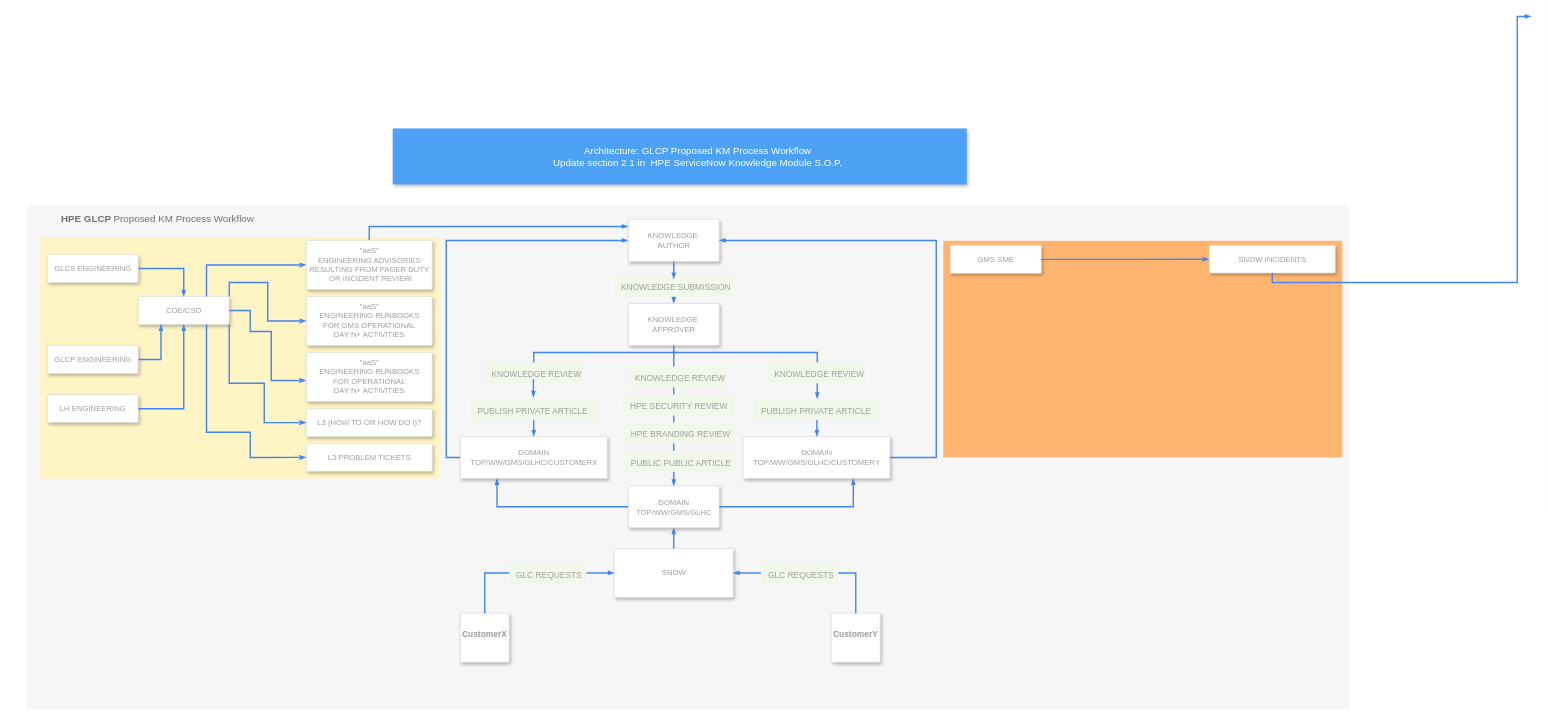
This is Untitled Diagram.drawio from ajrich2/ajrich2, a draw.io file, before an edit. Source tidied: cells renumbered, new cells numbered last; positions are measured from the earlier drawing's top-left corner, leaving out a move shared by most shapes. Both pictures are drawn from the tidied source at 70%, with x=0, y=0 at pixel (26, 16).
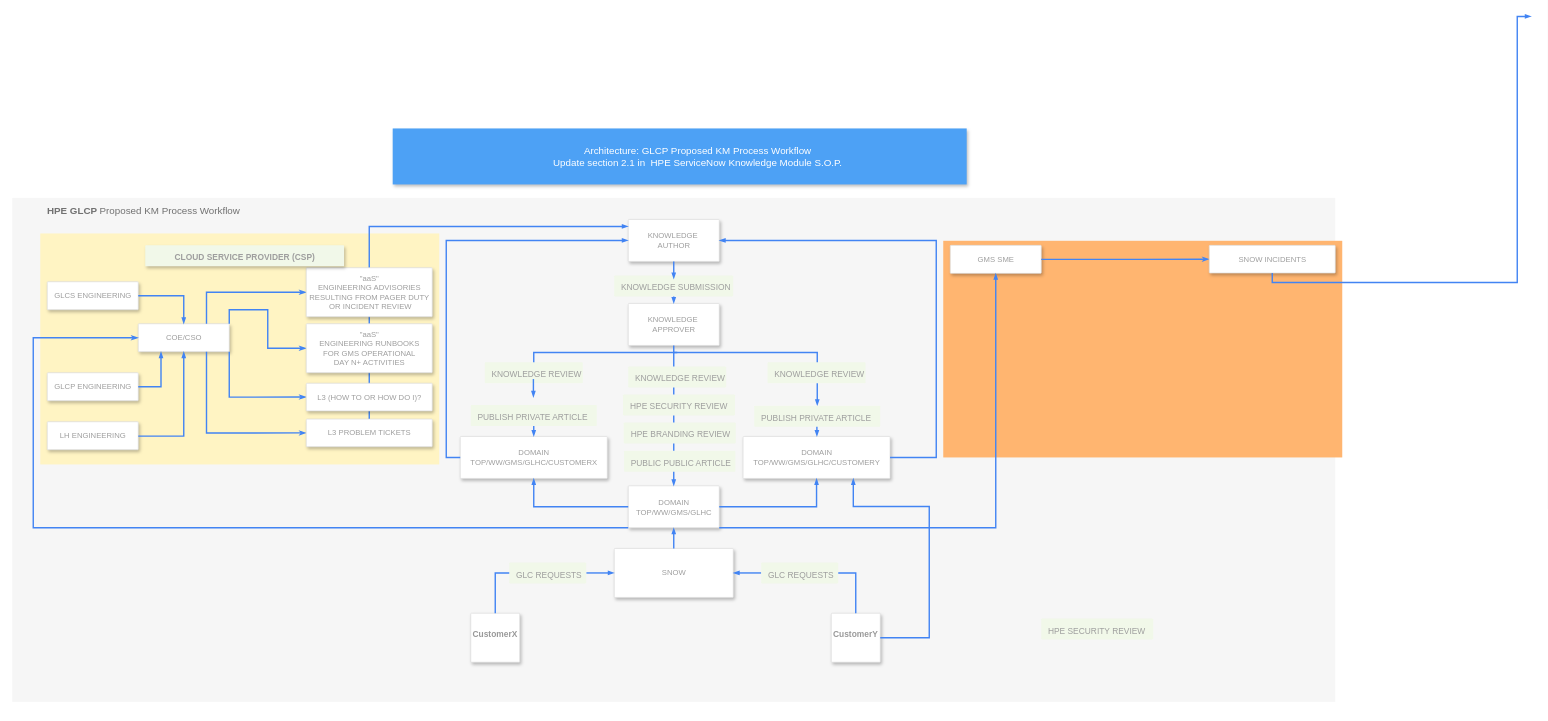
Above is the later version.

Unchanged cells that the change refers to:
```xml
<mxCell id="11" value="DOMAIN&lt;br&gt;TOP/WW/GMS/GLHC" style="strokeColor=#dddddd;fillColor=#ffffff;shadow=1;strokeWidth=1;rounded=1;absoluteArcSize=1;arcSize=2;fontSize=11;fontColor=#9E9E9E;align=center;html=1;" parent="1" vertex="1">
  <mxGeometry x="860" y="670.5" width="130" height="60" as="geometry" />
</mxCell>
<mxCell id="12" value="DOMAIN&lt;br&gt;TOP/WW/GMS/GLHC/CUSTOMERX" style="strokeColor=#dddddd;fillColor=#ffffff;shadow=1;strokeWidth=1;rounded=1;absoluteArcSize=1;arcSize=2;fontSize=11;fontColor=#9E9E9E;align=center;html=1;" parent="1" vertex="1">
  <mxGeometry x="620" y="600" width="210" height="60" as="geometry" />
</mxCell>
<mxCell id="13" value="DOMAIN&lt;br&gt;TOP/WW/GMS/GLHC/CUSTOMERY" style="strokeColor=#dddddd;fillColor=#ffffff;shadow=1;strokeWidth=1;rounded=1;absoluteArcSize=1;arcSize=2;fontSize=11;fontColor=#9E9E9E;align=center;html=1;" parent="1" vertex="1">
  <mxGeometry x="1024" y="600" width="210" height="60" as="geometry" />
</mxCell>
<mxCell id="61" value="GMS SME" style="strokeColor=#dddddd;fillColor=#ffffff;shadow=1;strokeWidth=1;rounded=1;absoluteArcSize=1;arcSize=2;fontSize=11;fontColor=#9E9E9E;align=center;html=1;" parent="1" vertex="1">
  <mxGeometry x="1320" y="327" width="130" height="40" as="geometry" />
</mxCell>
```

What changed in the source:
```diff
@@
     <mxCell id="3" value="&lt;b&gt;HPE GLCP &lt;/b&gt;Proposed KM Process Workflow" style="fillColor=#F6F6F6;strokeColor=none;shadow=0;gradientColor=none;fontSize=14;align=left;spacing=10;fontColor=#717171;9E9E9E;verticalAlign=top;spacingTop=-4;fontStyle=0;spacingLeft=40;html=1;" parent="1" vertex="1">
-      <mxGeometry y="270" width="1890" height="720" as="geometry" />
+      <mxGeometry x="-20" y="259.2" width="1890" height="720" as="geometry" />
     </mxCell>
@@
     <mxCell id="6" value="CustomerX&lt;br&gt;&lt;br&gt;&lt;br&gt;" style="strokeColor=#dddddd;fillColor=#ffffff;shadow=1;strokeWidth=1;rounded=1;absoluteArcSize=1;arcSize=2;labelPosition=center;verticalLabelPosition=middle;align=center;verticalAlign=bottom;spacingLeft=0;fontColor=#999999;fontSize=12;whiteSpace=wrap;spacingBottom=2;html=1;fontStyle=1;" parent="1" vertex="1">
-      <mxGeometry x="620" y="852.5" width="70" height="70" as="geometry" />
+      <mxGeometry x="635" y="852.5" width="70" height="70" as="geometry" />
     </mxCell>
@@
-    <mxCell id="15" style="edgeStyle=orthogonalEdgeStyle;rounded=0;elbow=vertical;html=1;labelBackgroundColor=none;startFill=1;startSize=4;endArrow=blockThin;endFill=1;endSize=4;jettySize=auto;strokeColor=#4284F3;strokeWidth=2;fontSize=12;fontColor=#000000;align=left;dashed=0;exitX=0;exitY=0.5;exitDx=0;exitDy=0;entryX=0.25;entryY=1;entryDx=0;entryDy=0;" parent="1" edge="1" source="11" target="12">
+    <mxCell id="15" style="edgeStyle=orthogonalEdgeStyle;rounded=0;elbow=vertical;html=1;labelBackgroundColor=none;startFill=1;startSize=4;endArrow=blockThin;endFill=1;endSize=4;jettySize=auto;strokeColor=#4284F3;strokeWidth=2;fontSize=12;fontColor=#000000;align=left;dashed=0;exitX=0;exitY=0.5;exitDx=0;exitDy=0;entryX=0.5;entryY=1;entryDx=0;entryDy=0;" parent="1" edge="1" source="11" target="12">
       <mxGeometry relative="1" as="geometry">
         <Array as="points">
-          <mxPoint x="673" y="701" />
+          <mxPoint x="725" y="701" />
         </Array>
       </mxGeometry>
     </mxCell>
-    <mxCell id="16" style="edgeStyle=orthogonalEdgeStyle;rounded=0;elbow=vertical;html=1;labelBackgroundColor=none;startFill=1;startSize=4;endArrow=blockThin;endFill=1;endSize=4;jettySize=auto;strokeColor=#4284F3;strokeWidth=2;fontSize=12;fontColor=#000000;align=left;dashed=0;exitX=1;exitY=0.5;exitDx=0;exitDy=0;entryX=0.75;entryY=1;entryDx=0;entryDy=0;" parent="1" edge="1" source="11" target="13">
+    <mxCell id="16" style="edgeStyle=orthogonalEdgeStyle;rounded=0;elbow=vertical;html=1;labelBackgroundColor=none;startFill=1;startSize=4;endArrow=blockThin;endFill=1;endSize=4;jettySize=auto;strokeColor=#4284F3;strokeWidth=2;fontSize=12;fontColor=#000000;align=left;dashed=0;exitX=1;exitY=0.5;exitDx=0;exitDy=0;entryX=0.5;entryY=1;entryDx=0;entryDy=0;" parent="1" edge="1" source="11" target="13">
       <mxGeometry relative="1" as="geometry">
         <Array as="points">
-          <mxPoint x="1182" y="701" />
+          <mxPoint x="1129" y="701" />
         </Array>
       </mxGeometry>
     </mxCell>
@@
     <mxCell id="32" style="fillColor=#FFF4C3;strokeColor=none;shadow=0;gradientColor=none;fontSize=14;align=left;spacing=10;fontColor=#717171;9E9E9E;verticalAlign=top;spacingTop=-4;fontStyle=0;spacingLeft=40;html=1;" parent="1" vertex="1">
-      <mxGeometry x="20" y="316" width="570" height="344" as="geometry" />
+      <mxGeometry x="20" y="310" width="570" height="330" as="geometry" />
     </mxCell>
@@
     <mxCell id="35" value="PUBLISH PRIVATE ARTICLE" style="rounded=1;absoluteArcSize=1;arcSize=2;html=1;strokeColor=none;gradientColor=none;shadow=0;dashed=0;fontSize=12;fontColor=#9E9E9E;align=left;verticalAlign=top;spacing=10;spacingTop=-4;fillColor=#F1F8E9;" parent="1" vertex="1">
-      <mxGeometry x="635" y="546" width="180" height="30" as="geometry" />
+      <mxGeometry x="635" y="555" width="180" height="30" as="geometry" />
     </mxCell>
@@
-    <mxCell id="37" value="PUBLISH PRIVATE ARTICLE" style="rounded=1;absoluteArcSize=1;arcSize=2;html=1;strokeColor=none;gradientColor=none;shadow=0;dashed=0;fontSize=12;fontColor=#9E9E9E;align=left;verticalAlign=top;spacing=10;spacingTop=-4;fillColor=#F1F8E9;" parent="1" vertex="1">
-      <mxGeometry x="1040" y="546" width="180" height="30" as="geometry" />
-    </mxCell>
@@
     <mxCell id="42" value="GLCS ENGINEERING" style="strokeColor=#dddddd;fillColor=#ffffff;shadow=1;strokeWidth=1;rounded=1;absoluteArcSize=1;arcSize=2;fontSize=11;fontColor=#9E9E9E;align=center;html=1;" parent="1" vertex="1">
-      <mxGeometry x="30" y="340" width="130" height="40" as="geometry" />
+      <mxGeometry x="30" y="379" width="130" height="40" as="geometry" />
     </mxCell>
     <mxCell id="43" value="GLCP ENGINEERING" style="strokeColor=#dddddd;fillColor=#ffffff;shadow=1;strokeWidth=1;rounded=1;absoluteArcSize=1;arcSize=2;fontSize=11;fontColor=#9E9E9E;align=center;html=1;" parent="1" vertex="1">
-      <mxGeometry x="30" y="470" width="130" height="40" as="geometry" />
+      <mxGeometry x="30" y="509" width="130" height="40" as="geometry" />
     </mxCell>
     <mxCell id="44" value="COE/CSO" style="strokeColor=#dddddd;fillColor=#ffffff;shadow=1;strokeWidth=1;rounded=1;absoluteArcSize=1;arcSize=2;fontSize=11;fontColor=#9E9E9E;align=center;html=1;" parent="1" vertex="1">
-      <mxGeometry x="160" y="400" width="130" height="40" as="geometry" />
+      <mxGeometry x="160" y="439" width="130" height="40" as="geometry" />
     </mxCell>
     <mxCell id="45" style="edgeStyle=orthogonalEdgeStyle;rounded=0;elbow=vertical;html=1;labelBackgroundColor=none;startFill=1;startSize=4;endArrow=blockThin;endFill=1;endSize=4;jettySize=auto;strokeColor=#4284F3;strokeWidth=2;fontSize=12;fontColor=#000000;align=left;dashed=0;exitX=1;exitY=0.5;exitDx=0;exitDy=0;entryX=0.25;entryY=1;entryDx=0;entryDy=0;" parent="1" edge="1" source="43" target="44">
       <mxGeometry relative="1" as="geometry">
         <Array as="points">
-          <mxPoint x="193" y="490" />
+          <mxPoint x="193" y="529" />
         </Array>
       </mxGeometry>
     </mxCell>
     <mxCell id="46" style="edgeStyle=orthogonalEdgeStyle;rounded=0;elbow=vertical;html=1;labelBackgroundColor=none;startFill=1;startSize=4;endArrow=blockThin;endFill=1;endSize=4;jettySize=auto;strokeColor=#4284F3;strokeWidth=2;fontSize=12;fontColor=#000000;align=left;dashed=0;exitX=1;exitY=0.5;exitDx=0;exitDy=0;entryX=0.5;entryY=0;entryDx=0;entryDy=0;" parent="1" edge="1" target="44">
       <mxGeometry relative="1" as="geometry">
-        <mxPoint x="160" y="360" as="sourcePoint" />
+        <mxPoint x="160" y="399" as="sourcePoint" />
         <Array as="points">
-          <mxPoint x="225" y="360" />
+          <mxPoint x="225" y="399" />
         </Array>
       </mxGeometry>
     </mxCell>
     <mxCell id="47" value="LH ENGINEERING" style="strokeColor=#dddddd;fillColor=#ffffff;shadow=1;strokeWidth=1;rounded=1;absoluteArcSize=1;arcSize=2;fontSize=11;fontColor=#9E9E9E;align=center;html=1;" parent="1" vertex="1">
-      <mxGeometry x="30" y="540" width="130" height="40" as="geometry" />
+      <mxGeometry x="30" y="579" width="130" height="40" as="geometry" />
     </mxCell>
     <mxCell id="48" style="edgeStyle=orthogonalEdgeStyle;rounded=0;elbow=vertical;html=1;labelBackgroundColor=none;startFill=1;startSize=4;endArrow=blockThin;endFill=1;endSize=4;jettySize=auto;strokeColor=#4284F3;strokeWidth=2;fontSize=12;fontColor=#000000;align=left;dashed=0;exitX=1;exitY=0.5;exitDx=0;exitDy=0;entryX=0.5;entryY=1;entryDx=0;entryDy=0;" parent="1" edge="1" target="44">
       <mxGeometry relative="1" as="geometry">
-        <mxPoint x="160" y="560.5" as="sourcePoint" />
+        <mxPoint x="160" y="599.5" as="sourcePoint" />
         <Array as="points">
-          <mxPoint x="225" y="561" />
+          <mxPoint x="225" y="600" />
         </Array>
       </mxGeometry>
     </mxCell>
@@
-    <mxCell id="51" style="edgeStyle=orthogonalEdgeStyle;rounded=0;elbow=vertical;html=1;labelBackgroundColor=none;startFill=1;startSize=4;endArrow=classicThin;endFill=1;endSize=4;jettySize=auto;strokeColor=#4284F3;strokeWidth=2;fontSize=12;fontColor=#000000;align=left;dashed=0;exitX=1;exitY=0.5;exitDx=0;exitDy=0;" parent="1" edge="1" source="44">
-      <mxGeometry relative="1" as="geometry">
-        <mxPoint x="400" y="520" as="targetPoint" />
-        <Array as="points">
-          <mxPoint x="320" y="420" />
-          <mxPoint x="320" y="450" />
-          <mxPoint x="350" y="450" />
-          <mxPoint x="350" y="520" />
-        </Array>
-      </mxGeometry>
-    </mxCell>
     <mxCell id="52" style="edgeStyle=orthogonalEdgeStyle;rounded=0;elbow=vertical;html=1;labelBackgroundColor=none;startFill=1;startSize=4;endArrow=classicThin;endFill=1;endSize=4;jettySize=auto;strokeColor=#4284F3;strokeWidth=2;fontSize=12;fontColor=#000000;align=left;dashed=0;exitX=1;exitY=1;exitDx=0;exitDy=0;entryX=0;entryY=0.5;entryDx=0;entryDy=0;" parent="1" edge="1" source="44" target="58">
       <mxGeometry relative="1" as="geometry">
         <Array as="points">
-          <mxPoint x="290" y="524" />
-          <mxPoint x="340" y="524" />
-          <mxPoint x="340" y="580" />
+          <mxPoint x="290" y="544" />
         </Array>
       </mxGeometry>
     </mxCell>
     <mxCell id="53" style="edgeStyle=orthogonalEdgeStyle;rounded=0;elbow=vertical;html=1;labelBackgroundColor=none;startFill=1;startSize=4;endArrow=classicThin;endFill=1;endSize=4;jettySize=auto;strokeColor=#4284F3;strokeWidth=2;fontSize=12;fontColor=#000000;align=left;dashed=0;exitX=0.75;exitY=1;exitDx=0;exitDy=0;entryX=0;entryY=0.5;entryDx=0;entryDy=0;" parent="1" edge="1" source="44" target="59">
       <mxGeometry relative="1" as="geometry">
         <Array as="points">
-          <mxPoint x="258" y="594" />
-          <mxPoint x="320" y="594" />
-          <mxPoint x="320" y="630" />
+          <mxPoint x="258" y="595" />
         </Array>
       </mxGeometry>
     </mxCell>
-    <mxCell id="54" style="edgeStyle=orthogonalEdgeStyle;rounded=0;elbow=vertical;html=1;labelBackgroundColor=none;startFill=1;startSize=4;endArrow=blockThin;endFill=1;endSize=4;jettySize=auto;strokeColor=#4284F3;strokeWidth=2;fontSize=12;fontColor=#000000;align=left;dashed=0;exitX=0.5;exitY=0;exitDx=0;exitDy=0;" parent="1" edge="1" source="55">
+    <mxCell id="54" style="edgeStyle=orthogonalEdgeStyle;rounded=0;elbow=vertical;html=1;labelBackgroundColor=none;startFill=1;startSize=4;endArrow=blockThin;endFill=1;endSize=4;jettySize=auto;strokeColor=#4284F3;strokeWidth=2;fontSize=12;fontColor=#000000;align=left;dashed=0;exitX=0.5;exitY=0;exitDx=0;exitDy=0;" parent="1" edge="1" source="59">
       <mxGeometry relative="1" as="geometry">
         <mxPoint x="860" y="300" as="targetPoint" />
         <Array as="points">
           <mxPoint x="490" y="300" />
-          <mxPoint x="860" y="300" />
         </Array>
       </mxGeometry>
     </mxCell>
     <mxCell id="55" value="&quot;aaS&quot;&lt;br&gt;ENGINEERING ADVISORIES&lt;br&gt;RESULTING FROM PAGER DUTY&lt;br&gt;&amp;nbsp;OR INCIDENT REVIEW" style="strokeColor=#dddddd;fillColor=#ffffff;shadow=1;strokeWidth=1;rounded=1;absoluteArcSize=1;arcSize=2;fontSize=11;fontColor=#9E9E9E;align=center;html=1;" parent="1" vertex="1">
-      <mxGeometry x="400" y="320" width="180" height="70" as="geometry" />
+      <mxGeometry x="400" y="359" width="180" height="70" as="geometry" />
     </mxCell>
     <mxCell id="56" value="&quot;aaS&quot;&lt;br&gt;ENGINEERING RUNBOOKS&lt;br&gt;FOR GMS OPERATIONAL&lt;br&gt;DAY N+ ACTIVITIES" style="strokeColor=#dddddd;fillColor=#ffffff;shadow=1;strokeWidth=1;rounded=1;absoluteArcSize=1;arcSize=2;fontSize=11;fontColor=#9E9E9E;align=center;html=1;" parent="1" vertex="1">
-      <mxGeometry x="400" y="400" width="180" height="70" as="geometry" />
+      <mxGeometry x="400" y="439" width="180" height="70" as="geometry" />
     </mxCell>
-    <mxCell id="57" value="&quot;aaS&quot;&lt;br&gt;ENGINEERING RUNBOOKS&lt;br&gt;FOR OPERATIONAL&lt;br&gt;DAY N+ ACTIVITIES" style="strokeColor=#dddddd;fillColor=#ffffff;shadow=1;strokeWidth=1;rounded=1;absoluteArcSize=1;arcSize=2;fontSize=11;fontColor=#9E9E9E;align=center;html=1;" parent="1" vertex="1">
-      <mxGeometry x="400" y="480" width="180" height="70" as="geometry" />
-    </mxCell>
     <mxCell id="58" value="L3 (HOW TO OR HOW DO I)?" style="strokeColor=#dddddd;fillColor=#ffffff;shadow=1;strokeWidth=1;rounded=1;absoluteArcSize=1;arcSize=2;fontSize=11;fontColor=#9E9E9E;align=center;html=1;" parent="1" vertex="1">
-      <mxGeometry x="400" y="560.5" width="180" height="39.5" as="geometry" />
+      <mxGeometry x="400" y="524" width="180" height="39.5" as="geometry" />
     </mxCell>
     <mxCell id="59" value="L3 PROBLEM TICKETS" style="strokeColor=#dddddd;fillColor=#ffffff;shadow=1;strokeWidth=1;rounded=1;absoluteArcSize=1;arcSize=2;fontSize=11;fontColor=#9E9E9E;align=center;html=1;" parent="1" vertex="1">
-      <mxGeometry x="400" y="610.2" width="180" height="39.5" as="geometry" />
+      <mxGeometry x="400" y="575.2" width="180" height="39.5" as="geometry" />
     </mxCell>
@@
+    <mxCell id="65" value="CLOUD SERVICE PROVIDER (CSP)" style="rounded=1;absoluteArcSize=1;arcSize=2;html=1;strokeColor=none;gradientColor=none;shadow=1;dashed=0;fontSize=12;fontColor=#9E9E9E;align=center;verticalAlign=top;spacing=10;spacingTop=-4;fillColor=#F1F8E9;fontStyle=1;" parent="1" vertex="1">
+      <mxGeometry x="170" y="327" width="284" height="30" as="geometry" />
+    </mxCell>
+    <mxCell id="66" style="edgeStyle=orthogonalEdgeStyle;rounded=0;elbow=vertical;html=1;labelBackgroundColor=none;startFill=1;startSize=4;endArrow=blockThin;endFill=1;endSize=4;jettySize=auto;strokeColor=#4284F3;strokeWidth=2;fontSize=12;fontColor=#000000;align=left;dashed=0;entryX=0.5;entryY=1;entryDx=0;entryDy=0;exitX=1;exitY=1;exitDx=0;exitDy=0;" parent="1" edge="1" source="11" target="61">
+      <mxGeometry relative="1" as="geometry">
+        <Array as="points">
+          <mxPoint x="1385" y="731" />
+        </Array>
+      </mxGeometry>
+    </mxCell>
+    <mxCell id="67" style="edgeStyle=orthogonalEdgeStyle;rounded=0;elbow=vertical;html=1;labelBackgroundColor=none;startFill=1;startSize=4;endArrow=none;endFill=0;endSize=4;jettySize=auto;strokeColor=#4284F3;strokeWidth=2;fontSize=12;fontColor=#000000;align=left;dashed=0;exitX=0;exitY=0.5;exitDx=0;exitDy=0;entryX=0;entryY=1;entryDx=0;entryDy=0;startArrow=classicThin;" parent="1" edge="1" source="44" target="11">
+      <mxGeometry relative="1" as="geometry">
+        <Array as="points">
+          <mxPoint x="10" y="459" />
+          <mxPoint x="10" y="731" />
+        </Array>
+      </mxGeometry>
+    </mxCell>
+    <mxCell id="68" style="edgeStyle=orthogonalEdgeStyle;rounded=0;elbow=vertical;html=1;labelBackgroundColor=none;startFill=1;startSize=4;endArrow=blockThin;endFill=1;endSize=4;jettySize=auto;strokeColor=#4284F3;strokeWidth=2;fontSize=12;fontColor=#000000;align=left;dashed=0;entryX=0.75;entryY=1;entryDx=0;entryDy=0;exitX=1;exitY=1;exitDx=0;exitDy=0;" parent="1" edge="1" target="13">
+      <mxGeometry relative="1" as="geometry">
+        <mxPoint x="1220" y="887.5" as="sourcePoint" />
+        <Array as="points">
+          <mxPoint x="1290" y="888" />
+          <mxPoint x="1290" y="700" />
+          <mxPoint x="1182" y="700" />
+        </Array>
+      </mxGeometry>
+    </mxCell>
+    <mxCell id="69" value="HPE SECURITY REVIEW" style="rounded=1;absoluteArcSize=1;arcSize=2;html=1;strokeColor=none;gradientColor=none;shadow=0;dashed=0;fontSize=12;fontColor=#9E9E9E;align=left;verticalAlign=top;spacing=10;spacingTop=-4;fillColor=#F1F8E9;" parent="1" vertex="1">
+      <mxGeometry x="1450" y="860" width="160" height="30" as="geometry" />
+    </mxCell>
+    <mxCell id="37" value="PUBLISH PRIVATE ARTICLE" style="rounded=1;absoluteArcSize=1;arcSize=2;html=1;strokeColor=none;gradientColor=none;shadow=0;dashed=0;fontSize=12;fontColor=#9E9E9E;align=left;verticalAlign=top;spacing=10;spacingTop=-4;fillColor=#F1F8E9;" parent="1" vertex="1">
+      <mxGeometry x="1040" y="556" width="180" height="30" as="geometry" />
+    </mxCell>
```
